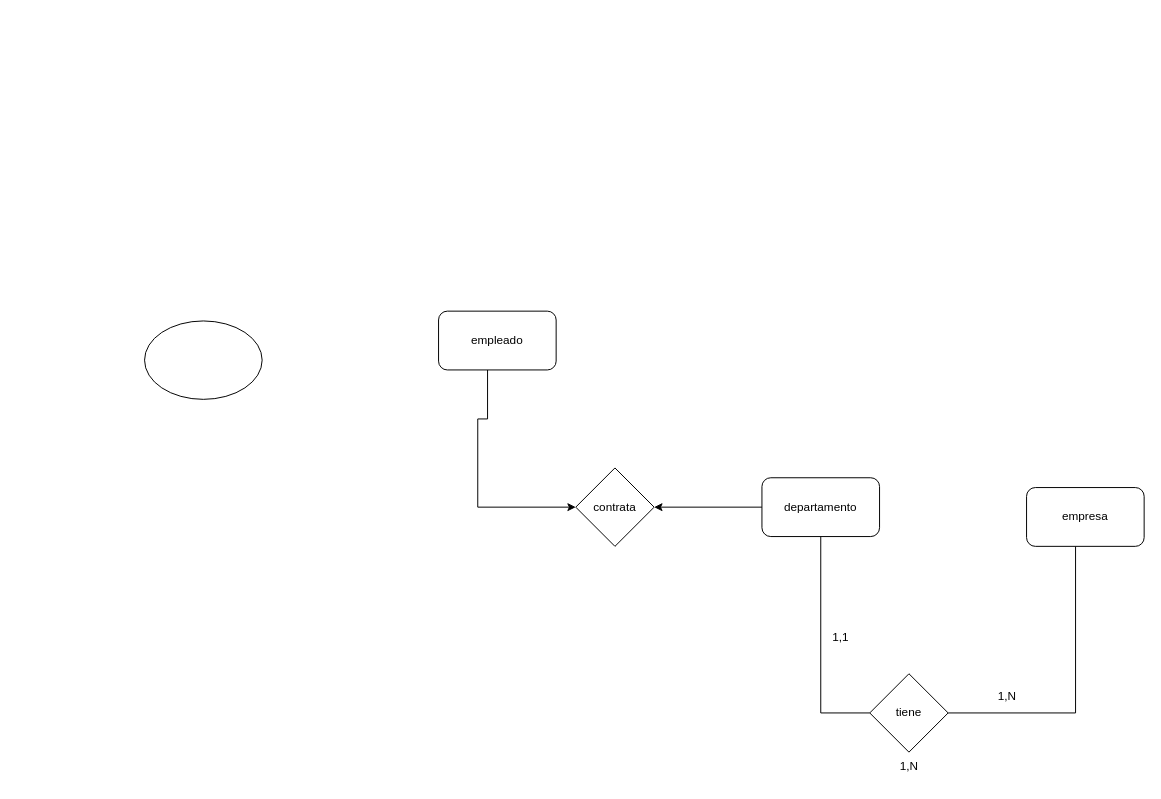
This is EXAMENRECUPERACIONBBD.drawio from Ekret/base-datos, a draw.io file, before an edit. Source tidied: cells renumbered, new cells numbered last; positions are measured from the earlier drawing's top-left corner, leaving out a move shared by most shapes. Both pictures are drawn from the tidied source at 98%, with x=0, y=0 at pixel (144, 311).
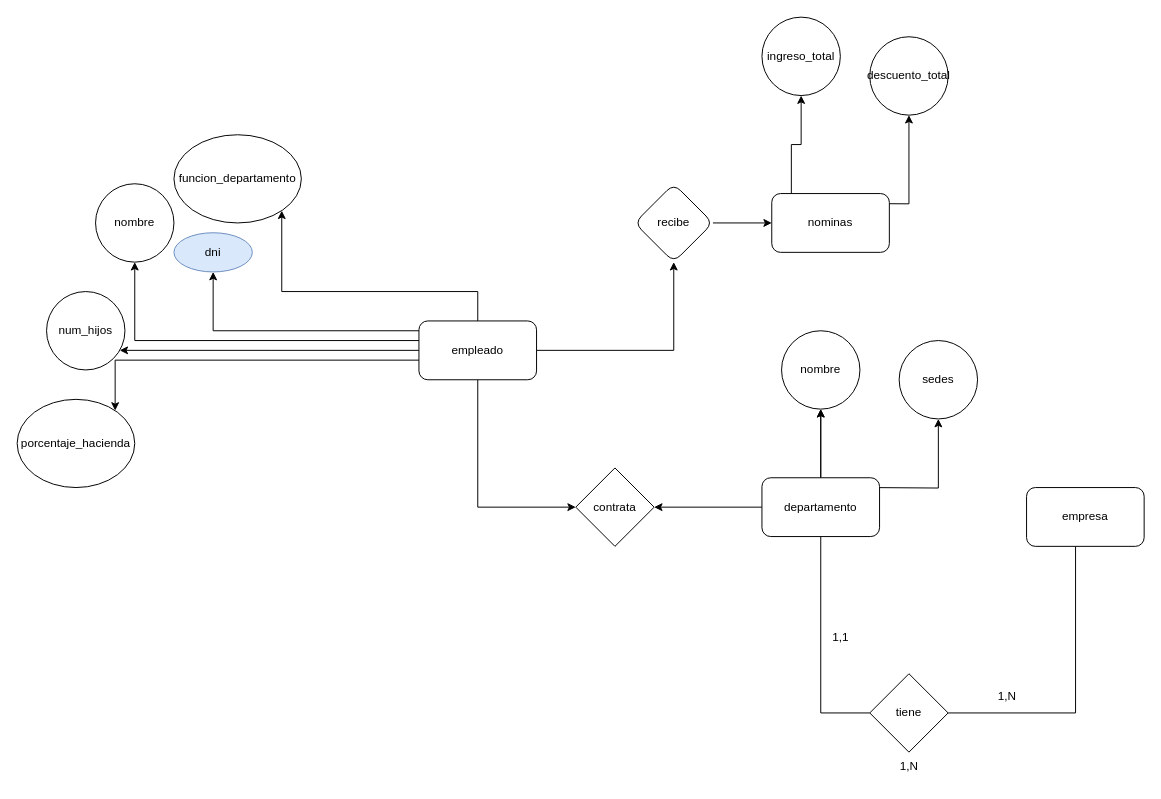
The same page after the edit.

The change refers to these unchanged cells:
```xml
<mxCell id="10" value="departamento" style="rounded=1;whiteSpace=wrap;html=1;" parent="1" vertex="1">
  <mxGeometry x="630" y="170" width="120" height="60" as="geometry" />
</mxCell>
<mxCell id="14" value="contrata" style="rhombus;whiteSpace=wrap;html=1;" parent="1" vertex="1">
  <mxGeometry x="440" y="160" width="80" height="80" as="geometry" />
</mxCell>
```

The edit, as a diff of the source:
```diff
@@
-    <mxCell id="2" style="ellipse;whiteSpace=wrap;html=1;" parent="1" vertex="1">
-      <mxGeometry y="10" width="120" height="80" as="geometry" />
-    </mxCell>
     <mxCell id="3" style="edgeStyle=orthogonalEdgeStyle;rounded=0;jettySize=auto;html=1;entryX=0;entryY=0.5;entryDx=0;entryDy=0;" parent="1" edge="1" source="4" target="14">
       <mxGeometry relative="1" as="geometry">
         <Array as="points">
-          <mxPoint x="350" y="110" />
-          <mxPoint x="340" y="110" />
           <mxPoint x="340" y="200" />
         </Array>
       </mxGeometry>
     </mxCell>
+    <mxCell id="15" style="edgeStyle=orthogonalEdgeStyle;rounded=0;jettySize=auto;html=1;" parent="1" edge="1" source="4" target="25">
+      <mxGeometry relative="1" as="geometry" />
+    </mxCell>
+    <mxCell id="16" style="edgeStyle=orthogonalEdgeStyle;rounded=0;jettySize=auto;html=1;" parent="1" edge="1" source="4" target="29">
+      <mxGeometry relative="1" as="geometry">
+        <Array as="points">
+          <mxPoint x="70" y="20" />
+        </Array>
+      </mxGeometry>
+    </mxCell>
+    <mxCell id="17" style="edgeStyle=orthogonalEdgeStyle;rounded=0;jettySize=auto;html=1;" parent="1" edge="1" source="4" target="30">
+      <mxGeometry relative="1" as="geometry">
+        <Array as="points">
+          <mxPoint x="-10" y="30" />
+        </Array>
+      </mxGeometry>
+    </mxCell>
+    <mxCell id="18" style="edgeStyle=orthogonalEdgeStyle;rounded=0;jettySize=auto;html=1;" parent="1" edge="1" source="4" target="31">
+      <mxGeometry relative="1" as="geometry">
+        <Array as="points">
+          <mxPoint x="130" y="40" />
+          <mxPoint x="130" y="40" />
+        </Array>
+      </mxGeometry>
+    </mxCell>
+    <mxCell id="19" style="edgeStyle=orthogonalEdgeStyle;rounded=0;jettySize=auto;html=1;" parent="1" edge="1" source="4" target="32">
+      <mxGeometry relative="1" as="geometry">
+        <Array as="points">
+          <mxPoint x="-30" y="50" />
+          <mxPoint x="-30" y="120" />
+        </Array>
+      </mxGeometry>
+    </mxCell>
+    <mxCell id="20" style="edgeStyle=orthogonalEdgeStyle;rounded=0;jettySize=auto;html=1;" parent="1" edge="1" source="4" target="33">
+      <mxGeometry relative="1" as="geometry">
+        <Array as="points">
+          <mxPoint x="340" y="-20" />
+          <mxPoint x="140" y="-20" />
+        </Array>
+      </mxGeometry>
+    </mxCell>
     <mxCell id="4" value="empleado" style="rounded=1;whiteSpace=wrap;html=1;" parent="1" vertex="1">
-      <mxGeometry x="300" width="120" height="60" as="geometry" />
+      <mxGeometry x="280" y="10" width="120" height="60" as="geometry" />
     </mxCell>
@@
+    <mxCell id="21" style="edgeStyle=orthogonalEdgeStyle;rounded=0;jettySize=auto;html=1;" parent="1" edge="1" source="10" target="34">
+      <mxGeometry relative="1" as="geometry" />
+    </mxCell>
+    <mxCell id="22" style="edgeStyle=orthogonalEdgeStyle;rounded=0;jettySize=auto;html=1;" parent="1" edge="1" source="10" target="34">
+      <mxGeometry relative="1" as="geometry" />
+    </mxCell>
+    <mxCell id="23" style="edgeStyle=orthogonalEdgeStyle;rounded=0;jettySize=auto;html=1;" parent="1" edge="1" target="35">
+      <mxGeometry relative="1" as="geometry">
+        <mxPoint x="740" y="180" as="sourcePoint" />
+      </mxGeometry>
+    </mxCell>
@@
+    <mxCell id="24" style="edgeStyle=orthogonalEdgeStyle;rounded=0;jettySize=auto;html=1;" parent="1" edge="1" source="25" target="28">
+      <mxGeometry relative="1" as="geometry" />
+    </mxCell>
+    <mxCell id="25" value="recibe" style="rhombus;whiteSpace=wrap;html=1;rounded=1;" parent="1" vertex="1">
+      <mxGeometry x="500" y="-130" width="80" height="80" as="geometry" />
+    </mxCell>
+    <mxCell id="26" style="edgeStyle=orthogonalEdgeStyle;rounded=0;jettySize=auto;html=1;" parent="1" edge="1" source="28" target="36">
+      <mxGeometry relative="1" as="geometry">
+        <Array as="points">
+          <mxPoint x="660" y="-170" />
+          <mxPoint x="670" y="-170" />
+        </Array>
+      </mxGeometry>
+    </mxCell>
+    <mxCell id="27" style="edgeStyle=orthogonalEdgeStyle;rounded=0;jettySize=auto;html=1;" parent="1" edge="1" target="37">
+      <mxGeometry relative="1" as="geometry">
+        <mxPoint x="700" y="-110" as="sourcePoint" />
+      </mxGeometry>
+    </mxCell>
+    <mxCell id="28" value="nominas" style="whiteSpace=wrap;html=1;rounded=1;" parent="1" vertex="1">
+      <mxGeometry x="640" y="-120" width="120" height="60" as="geometry" />
+    </mxCell>
+    <mxCell id="29" value="dni" style="ellipse;whiteSpace=wrap;html=1;rounded=1;fillColor=#dae8fc;strokeColor=#6c8ebf;" parent="1" vertex="1">
+      <mxGeometry x="30" y="-80" width="80" height="40" as="geometry" />
+    </mxCell>
+    <mxCell id="30" value="nombre" style="ellipse;whiteSpace=wrap;html=1;rounded=1;" parent="1" vertex="1">
+      <mxGeometry x="-50" y="-130" width="80" height="80" as="geometry" />
+    </mxCell>
+    <mxCell id="31" value="num_hijos" style="ellipse;whiteSpace=wrap;html=1;rounded=1;" parent="1" vertex="1">
+      <mxGeometry x="-100" y="-20" width="80" height="80" as="geometry" />
+    </mxCell>
+    <mxCell id="32" value="porcentaje_hacienda" style="ellipse;whiteSpace=wrap;html=1;rounded=1;" parent="1" vertex="1">
+      <mxGeometry x="-130" y="90" width="120" height="90" as="geometry" />
+    </mxCell>
+    <mxCell id="33" value="funcion_departamento" style="ellipse;whiteSpace=wrap;html=1;rounded=1;" parent="1" vertex="1">
+      <mxGeometry x="30" y="-180" width="130" height="90" as="geometry" />
+    </mxCell>
+    <mxCell id="34" value="nombre" style="ellipse;whiteSpace=wrap;html=1;rounded=1;" parent="1" vertex="1">
+      <mxGeometry x="650" y="20" width="80" height="80" as="geometry" />
+    </mxCell>
+    <mxCell id="35" value="sedes" style="ellipse;whiteSpace=wrap;html=1;rounded=1;" parent="1" vertex="1">
+      <mxGeometry x="770" y="30" width="80" height="80" as="geometry" />
+    </mxCell>
+    <mxCell id="36" value="ingreso_total" style="ellipse;whiteSpace=wrap;html=1;rounded=1;" parent="1" vertex="1">
+      <mxGeometry x="630" y="-300" width="80" height="80" as="geometry" />
+    </mxCell>
+    <mxCell id="37" value="descuento_total" style="ellipse;whiteSpace=wrap;html=1;rounded=1;" parent="1" vertex="1">
+      <mxGeometry x="740" y="-280" width="80" height="80" as="geometry" />
+    </mxCell>
```
